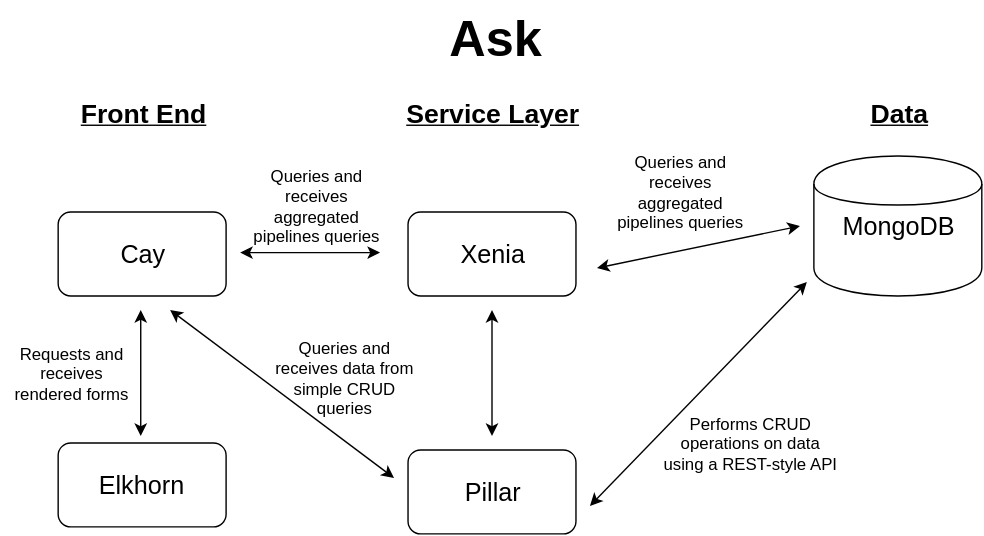
Earlier version of the draw.io export docs_dir/images/ask-architecture.svg (coralproject/ask-docs). Source tidied: cells renumbered, new cells last; positions are measured from the earlier drawing's top-left corner, leaving out a move shared by most shapes.
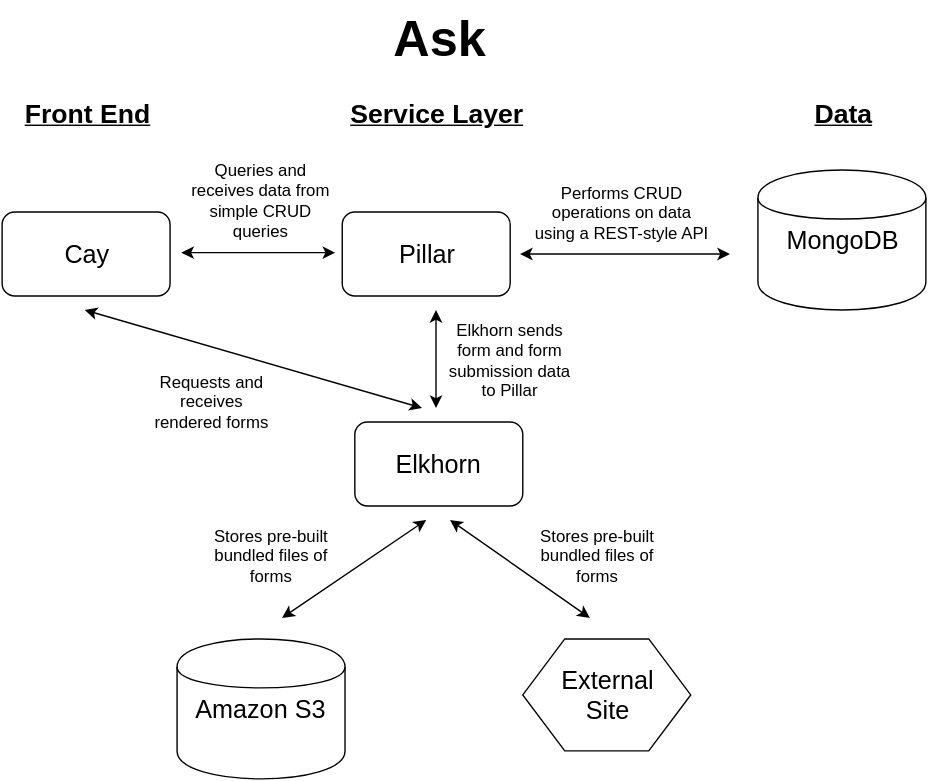
The same file after the commit.

Diff of the diagram source:
```diff
@@ -5,56 +5,29 @@
     <mxCell id="2" value="&lt;font style=&quot;font-size: 18px&quot;&gt;Cay&lt;/font&gt;" style="rounded=1;whiteSpace=wrap;html=1;" parent="1" vertex="1">
       <mxGeometry x="40" y="150" width="120" height="60" as="geometry" />
     </mxCell>
-    <mxCell id="3" value="&lt;font style=&quot;font-size: 18px&quot;&gt;Xenia&lt;/font&gt;" style="rounded=1;whiteSpace=wrap;html=1;" parent="1" vertex="1">
-      <mxGeometry x="290" y="150" width="120" height="60" as="geometry" />
-    </mxCell>
     <mxCell id="4" value="&lt;span style=&quot;font-size: 18px ; line-height: 21.6px&quot;&gt;Pillar&lt;/span&gt;" style="rounded=1;whiteSpace=wrap;html=1;" parent="1" vertex="1">
-      <mxGeometry x="290" y="320" width="120" height="60" as="geometry" />
+      <mxGeometry x="283" y="150" width="120" height="60" as="geometry" />
     </mxCell>
     <mxCell id="5" value="&lt;span&gt;&lt;font style=&quot;font-size: 18px&quot;&gt;MongoDB&lt;/font&gt;&lt;/span&gt;" style="shape=cylinder;whiteSpace=wrap;html=1;" parent="1" vertex="1">
-      <mxGeometry x="580" y="110" width="120" height="100" as="geometry" />
+      <mxGeometry x="580" y="120" width="120" height="100" as="geometry" />
     </mxCell>
-    <mxCell id="6" style="endArrow=classic;startArrow=classic;html=1;" parent="1" edge="1">
-      <mxGeometry relative="1" as="geometry">
-        <mxPoint x="170" y="179" as="sourcePoint" />
-        <mxPoint x="270" y="179" as="targetPoint" />
-      </mxGeometry>
-    </mxCell>
     <mxCell id="7" style="endArrow=classic;startArrow=classic;html=1;" parent="1" edge="1">
       <mxGeometry relative="1" as="geometry">
-        <mxPoint x="425" y="190" as="sourcePoint" />
-        <mxPoint x="570" y="160" as="targetPoint" />
+        <mxPoint x="410" y="180" as="sourcePoint" />
+        <mxPoint x="560" y="180" as="targetPoint" />
       </mxGeometry>
     </mxCell>
-    <mxCell id="8" style="endArrow=classic;startArrow=classic;html=1;" parent="1" edge="1">
-      <mxGeometry relative="1" as="geometry">
-        <mxPoint x="350" y="310" as="sourcePoint" />
-        <mxPoint x="350" y="220" as="targetPoint" />
-      </mxGeometry>
-    </mxCell>
-    <mxCell id="9" value="Queries and receives aggregated pipelines queries" style="text;html=1;strokeColor=none;fillColor=none;align=center;verticalAlign=middle;whiteSpace=wrap;overflow=hidden;" parent="1" vertex="1">
-      <mxGeometry x="170" y="100" width="110" height="90" as="geometry" />
-    </mxCell>
     <mxCell id="10" style="endArrow=classic;startArrow=classic;html=1;" parent="1" edge="1">
       <mxGeometry relative="1" as="geometry">
-        <mxPoint x="120" y="220" as="sourcePoint" />
-        <mxPoint x="280" y="340" as="targetPoint" />
+        <mxPoint x="168" y="179" as="sourcePoint" />
+        <mxPoint x="278" y="179" as="targetPoint" />
       </mxGeometry>
     </mxCell>
     <mxCell id="11" value="Queries and receives data from simple CRUD queries&lt;div&gt;&lt;br&gt;&lt;/div&gt;" style="text;html=1;strokeColor=none;fillColor=none;align=center;verticalAlign=middle;whiteSpace=wrap;overflow=hidden;" parent="1" vertex="1">
-      <mxGeometry x="190" y="230" width="110" height="90" as="geometry" />
+      <mxGeometry x="170" y="103" width="110" height="90" as="geometry" />
     </mxCell>
-    <mxCell id="12" value="Queries and receives aggregated pipelines queries" style="text;html=1;strokeColor=none;fillColor=none;align=center;verticalAlign=middle;whiteSpace=wrap;overflow=hidden;" parent="1" vertex="1">
-      <mxGeometry x="430" y="90" width="110" height="90" as="geometry" />
-    </mxCell>
-    <mxCell id="13" style="endArrow=classic;startArrow=classic;html=1;" parent="1" edge="1">
-      <mxGeometry x="440" y="230" as="geometry">
-        <mxPoint x="420" y="360" as="sourcePoint" />
-        <mxPoint x="575" y="200" as="targetPoint" />
-      </mxGeometry>
-    </mxCell>
     <mxCell id="14" value="&lt;div&gt;Performs CRUD operations on data using a REST-style API&lt;/div&gt;" style="text;html=1;strokeColor=none;fillColor=none;align=center;verticalAlign=middle;whiteSpace=wrap;overflow=hidden;" parent="1" vertex="1">
-      <mxGeometry x="470" y="275" width="130" height="80" as="geometry" />
+      <mxGeometry x="418" y="110" width="130" height="80" as="geometry" />
     </mxCell>
     <mxCell id="15" value="&lt;b&gt;&lt;font style=&quot;font-size: 19px&quot;&gt;&lt;u&gt;Front End&lt;/u&gt;&lt;/font&gt;&lt;/b&gt;" style="text;html=1;strokeColor=none;fillColor=none;align=center;verticalAlign=middle;whiteSpace=wrap;overflow=hidden;" parent="1" vertex="1">
       <mxGeometry x="50" y="60" width="100" height="40" as="geometry" />
@@ -69,16 +42,49 @@
       <mxGeometry x="223" width="257" height="50" as="geometry" />
     </mxCell>
     <mxCell id="19" value="&lt;font style=&quot;font-size: 18px&quot;&gt;Elkhorn&lt;/font&gt;" style="rounded=1;whiteSpace=wrap;html=1;" parent="1" vertex="1">
-      <mxGeometry x="40" y="315" width="120" height="60" as="geometry" />
+      <mxGeometry x="292" y="300" width="120" height="60" as="geometry" />
     </mxCell>
     <mxCell id="20" style="endArrow=classic;startArrow=classic;html=1;" parent="1" edge="1">
       <mxGeometry x="109" y="250" as="geometry">
-        <mxPoint x="99" y="310" as="sourcePoint" />
+        <mxPoint x="340" y="290" as="sourcePoint" />
         <mxPoint x="99" y="220" as="targetPoint" />
       </mxGeometry>
     </mxCell>
     <mxCell id="21" value="Requests and receives rendered forms" style="text;html=1;strokeColor=none;fillColor=none;align=center;verticalAlign=middle;whiteSpace=wrap;overflow=hidden;" parent="1" vertex="1">
-      <mxGeometry y="220" width="100" height="90" as="geometry" />
+      <mxGeometry x="140" y="240" width="100" height="90" as="geometry" />
     </mxCell>
+    <mxCell id="22" value="&lt;span style=&quot;font-size: 18px ; line-height: 21.6px&quot;&gt;Amazon S3&lt;/span&gt;" style="shape=cylinder;whiteSpace=wrap;html=1;" parent="1" vertex="1">
+      <mxGeometry x="165" y="455" width="120" height="100" as="geometry" />
+    </mxCell>
+    <mxCell id="23" style="endArrow=classic;startArrow=classic;html=1;" parent="1" edge="1">
+      <mxGeometry x="360" y="250" as="geometry">
+        <mxPoint x="350" y="290" as="sourcePoint" />
+        <mxPoint x="350" y="220" as="targetPoint" />
+      </mxGeometry>
+    </mxCell>
+    <mxCell id="24" value="&lt;font style=&quot;font-size: 18px&quot;&gt;External&lt;/font&gt;&lt;div&gt;&lt;font style=&quot;font-size: 18px&quot;&gt;Site&lt;/font&gt;&lt;/div&gt;" style="shape=hexagon;perimeter=hexagonPerimeter;whiteSpace=wrap;html=1;fillColor=none;" parent="1" vertex="1">
+      <mxGeometry x="412" y="455" width="120" height="80" as="geometry" />
+    </mxCell>
+    <mxCell id="25" style="endArrow=classic;startArrow=classic;html=1;" parent="1" edge="1">
+      <mxGeometry x="353" y="400" as="geometry">
+        <mxPoint x="240" y="440" as="sourcePoint" />
+        <mxPoint x="343" y="370" as="targetPoint" />
+      </mxGeometry>
+    </mxCell>
+    <mxCell id="26" style="endArrow=classic;startArrow=classic;html=1;" parent="1" edge="1">
+      <mxGeometry x="363" y="410" as="geometry">
+        <mxPoint x="460" y="440" as="sourcePoint" />
+        <mxPoint x="360" y="370" as="targetPoint" />
+      </mxGeometry>
+    </mxCell>
+    <mxCell id="27" value="Stores pre-built bundled files of forms" style="text;html=1;strokeColor=none;fillColor=none;align=center;verticalAlign=middle;whiteSpace=wrap;overflow=hidden;" parent="1" vertex="1">
+      <mxGeometry x="185" y="350" width="95" height="90" as="geometry" />
+    </mxCell>
+    <mxCell id="28" value="Stores pre-built bundled files of forms" style="text;html=1;strokeColor=none;fillColor=none;align=center;verticalAlign=middle;whiteSpace=wrap;overflow=hidden;" parent="1" vertex="1">
+      <mxGeometry x="418" y="350" width="95" height="90" as="geometry" />
+    </mxCell>
+    <mxCell id="29" value="Elkhorn sends form and form submission data to Pillar" style="text;html=1;strokeColor=none;fillColor=none;align=center;verticalAlign=middle;whiteSpace=wrap;overflow=hidden;" parent="1" vertex="1">
+      <mxGeometry x="353" y="210" width="100" height="90" as="geometry" />
+    </mxCell>
   </root>
 </mxGraphModel>
```
